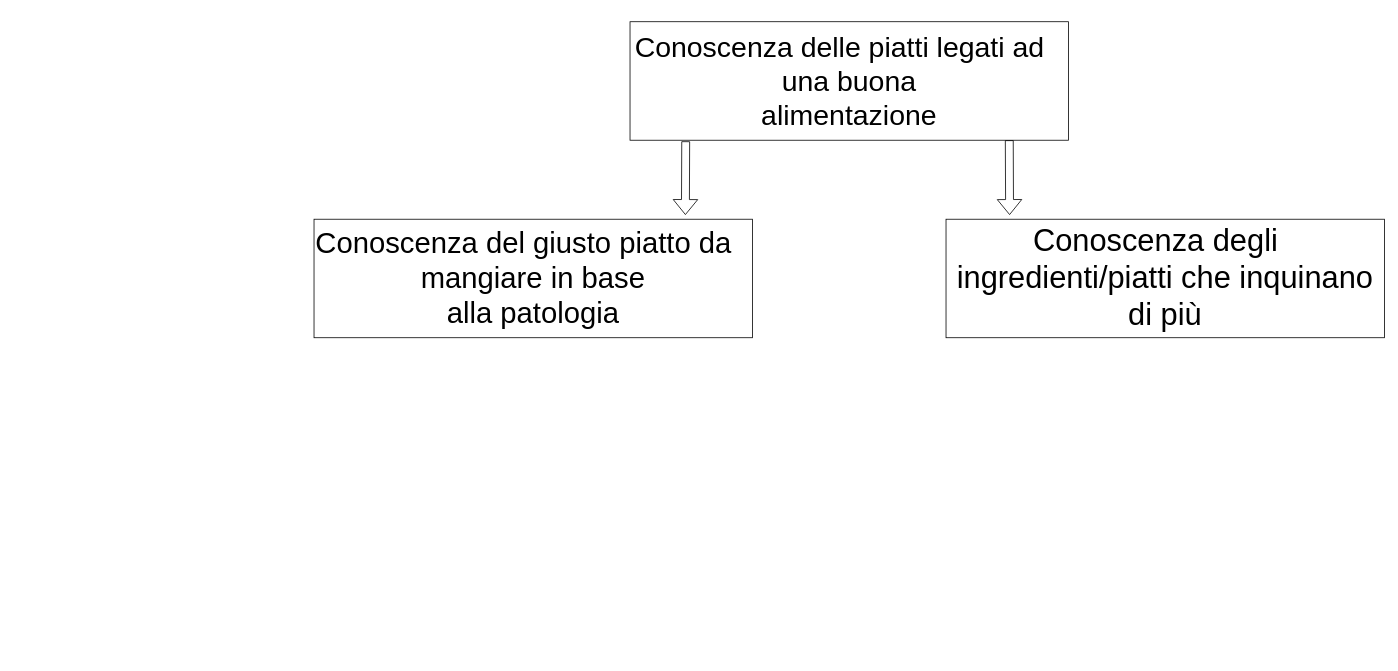
Before: doc/Progetti Drawio/A diagramma competenze acquisite.drawio in zSavT/Healthy-Catering, a draw.io diagram. Source tidied: cells renumbered, new cells numbered last; positions are measured from the earlier drawing's top-left corner, leaving out a move shared by most shapes. Both pictures are drawn from the tidied source at 79%, with x=0, y=0 at pixel (314, 21).
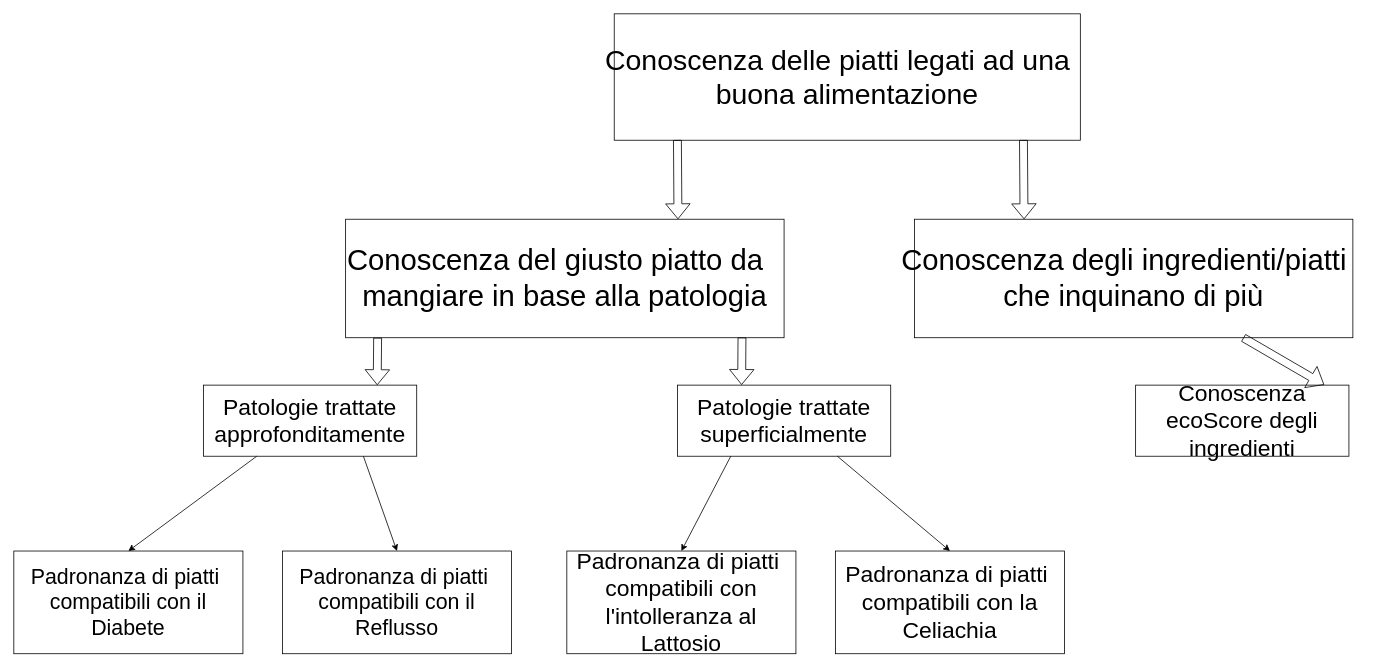
The same diagram, later.

The edit, as a diff of the source:
```diff
@@
-    <mxCell id="2" value="&lt;p class=&quot;MsoListParagraph&quot; style=&quot;text-indent: -18.0pt&quot;&gt;&lt;font style=&quot;font-size: 36px&quot;&gt;Conoscenza delle piatti legati ad una buona&lt;br/&gt;alimentazione&lt;/font&gt;&lt;/p&gt;" style="rounded=0;whiteSpace=wrap;html=1;" parent="1" vertex="1">
-      <mxGeometry x="400" width="555" height="150" as="geometry" />
+    <mxCell id="2" value="&lt;p class=&quot;MsoListParagraph&quot; style=&quot;text-indent: -18pt; font-size: 36px;&quot;&gt;&lt;font style=&quot;font-size: 36px;&quot;&gt;Conoscenza delle piatti legati ad una buona alimentazione&lt;/font&gt;&lt;/p&gt;" style="rounded=0;whiteSpace=wrap;html=1;" parent="1" vertex="1">
+      <mxGeometry x="380" y="-10" width="590" height="160" as="geometry" />
     </mxCell>
-    <mxCell id="3" value="&lt;p class=&quot;MsoListParagraph&quot; style=&quot;text-indent: -18.0pt&quot;&gt;&lt;font style=&quot;font-size: 37px&quot;&gt;Conoscenza del giusto piatto da mangiare in base&lt;br/&gt;alla patologia&lt;/font&gt;&lt;/p&gt;" style="rounded=0;whiteSpace=wrap;html=1;" parent="1" vertex="1">
-      <mxGeometry y="250" width="555" height="150" as="geometry" />
+    <mxCell id="3" value="&lt;p class=&quot;MsoListParagraph&quot; style=&quot;text-indent: -18.0pt&quot;&gt;&lt;font style=&quot;font-size: 37px&quot;&gt;Conoscenza del giusto piatto da mangiare in base alla patologia&lt;/font&gt;&lt;/p&gt;" style="rounded=0;whiteSpace=wrap;html=1;" parent="1" vertex="1">
+      <mxGeometry x="40" y="250" width="555" height="150" as="geometry" />
     </mxCell>
-    <mxCell id="4" value="&lt;p class=&quot;MsoListParagraph&quot; style=&quot;text-indent: -18.0pt&quot;&gt;&lt;font style=&quot;font-size: 39px&quot;&gt;Conoscenza degli ingredienti/piatti che inquinano&lt;br/&gt;di più&lt;/font&gt;&lt;/p&gt;" style="rounded=0;whiteSpace=wrap;html=1;" parent="1" vertex="1">
-      <mxGeometry x="800" y="250" width="555" height="150" as="geometry" />
+    <mxCell id="4" value="&lt;p class=&quot;MsoListParagraph&quot; style=&quot;text-indent: -18pt; font-size: 37px;&quot;&gt;&lt;font style=&quot;font-size: 37px;&quot;&gt;Conoscenza degli ingredienti/piatti che inquinano di più&lt;/font&gt;&lt;/p&gt;" style="rounded=0;whiteSpace=wrap;html=1;" parent="1" vertex="1">
+      <mxGeometry x="760" y="250" width="555" height="150" as="geometry" />
     </mxCell>
-    <mxCell id="5" style="shape=flexArrow;endArrow=classic;html=1;rounded=0;fontSize=39;exitX=0.127;exitY=1.009;exitDx=0;exitDy=0;exitPerimeter=0;entryX=0.847;entryY=-0.036;entryDx=0;entryDy=0;entryPerimeter=0;" parent="1" edge="1" source="2" target="3">
-      <mxGeometry relative="1" as="geometry" />
-    </mxCell>
-    <mxCell id="6" style="shape=flexArrow;endArrow=classic;html=1;rounded=0;fontSize=39;exitX=0.865;exitY=1;exitDx=0;exitDy=0;exitPerimeter=0;entryX=0.145;entryY=-0.036;entryDx=0;entryDy=0;entryPerimeter=0;" parent="1" edge="1" source="2" target="4">
+    <mxCell id="6" style="shape=flexArrow;endArrow=classic;html=1;rounded=0;fontSize=39;entryX=0.25;entryY=0;entryDx=0;entryDy=0;exitX=0.878;exitY=0.998;exitDx=0;exitDy=0;exitPerimeter=0;" parent="1" edge="1" source="2" target="4">
       <mxGeometry relative="1" as="geometry" />
     </mxCell>
+    <mxCell id="7" value="&lt;font style=&quot;font-size: 27px;&quot;&gt;Padronanza di piatti&amp;nbsp; compatibili con il Diabete&lt;/font&gt;" style="rounded=0;whiteSpace=wrap;html=1;" parent="1" vertex="1">
+      <mxGeometry x="-380" y="670" width="290" height="130" as="geometry" />
+    </mxCell>
+    <mxCell id="8" value="&lt;font style=&quot;font-size: 27px;&quot;&gt;Padronanza di piatti&amp;nbsp; compatibili con il Reflusso&lt;/font&gt;" style="rounded=0;whiteSpace=wrap;html=1;" parent="1" vertex="1">
+      <mxGeometry x="-40" y="670" width="290" height="130" as="geometry" />
+    </mxCell>
+    <mxCell id="9" value="&lt;font style=&quot;font-size: 29px;&quot;&gt;Padronanza di piatti&amp;nbsp; compatibili con la Celiachia&lt;/font&gt;" style="rounded=0;whiteSpace=wrap;html=1;" parent="1" vertex="1">
+      <mxGeometry x="660" y="670" width="290" height="130" as="geometry" />
+    </mxCell>
+    <mxCell id="10" value="&lt;font style=&quot;font-size: 29px;&quot;&gt;Padronanza di piatti&amp;nbsp; compatibili con l'intolleranza al Lattosio&lt;/font&gt;" style="rounded=0;whiteSpace=wrap;html=1;" parent="1" vertex="1">
+      <mxGeometry x="320" y="670" width="290" height="130" as="geometry" />
+    </mxCell>
+    <mxCell id="11" value="Patologie trattate approfonditamente" style="rounded=0;whiteSpace=wrap;html=1;fontSize=29;" parent="1" vertex="1">
+      <mxGeometry x="-140" y="460" width="270" height="90" as="geometry" />
+    </mxCell>
+    <mxCell id="12" value="Patologie trattate superficialmente" style="rounded=0;whiteSpace=wrap;html=1;fontSize=29;" parent="1" vertex="1">
+      <mxGeometry x="460" y="460" width="270" height="90" as="geometry" />
+    </mxCell>
+    <mxCell id="13" style="shape=flexArrow;endArrow=classic;html=1;rounded=0;fontSize=39;entryX=0.25;entryY=0;entryDx=0;entryDy=0;exitX=0.878;exitY=0.998;exitDx=0;exitDy=0;exitPerimeter=0;" parent="1" edge="1">
+      <mxGeometry relative="1" as="geometry">
+        <mxPoint x="460" y="149.7" as="sourcePoint" />
+        <mxPoint x="460.7" y="250" as="targetPoint" />
+      </mxGeometry>
+    </mxCell>
+    <mxCell id="14" style="endArrow=classic;html=1;rounded=0;fontSize=37;exitX=0.75;exitY=1;exitDx=0;exitDy=0;entryX=0.5;entryY=0;entryDx=0;entryDy=0;" parent="1" edge="1" source="12" target="9">
+      <mxGeometry relative="1" as="geometry" />
+    </mxCell>
+    <mxCell id="15" style="endArrow=classic;html=1;rounded=0;fontSize=37;exitX=0.25;exitY=1;exitDx=0;exitDy=0;entryX=0.5;entryY=0;entryDx=0;entryDy=0;" parent="1" edge="1" source="12" target="10">
+      <mxGeometry relative="1" as="geometry" />
+    </mxCell>
+    <mxCell id="16" style="endArrow=classic;html=1;rounded=0;fontSize=37;exitX=0.25;exitY=1;exitDx=0;exitDy=0;entryX=0.5;entryY=0;entryDx=0;entryDy=0;" parent="1" edge="1" source="11" target="7">
+      <mxGeometry relative="1" as="geometry" />
+    </mxCell>
+    <mxCell id="17" style="endArrow=classic;html=1;rounded=0;fontSize=37;exitX=0.75;exitY=1;exitDx=0;exitDy=0;entryX=0.5;entryY=0;entryDx=0;entryDy=0;" parent="1" edge="1" source="11" target="8">
+      <mxGeometry relative="1" as="geometry" />
+    </mxCell>
+    <mxCell id="18" style="shape=flexArrow;endArrow=classic;html=1;rounded=0;fontSize=37;exitX=0.904;exitY=0.998;exitDx=0;exitDy=0;exitPerimeter=0;entryX=0.301;entryY=-0.003;entryDx=0;entryDy=0;entryPerimeter=0;" parent="1" edge="1" source="3" target="12">
+      <mxGeometry relative="1" as="geometry" />
+    </mxCell>
+    <mxCell id="19" style="shape=flexArrow;endArrow=classic;html=1;rounded=0;fontSize=37;exitX=0.904;exitY=0.998;exitDx=0;exitDy=0;exitPerimeter=0;entryX=0.301;entryY=-0.003;entryDx=0;entryDy=0;entryPerimeter=0;" parent="1" edge="1">
+      <mxGeometry relative="1" as="geometry">
+        <mxPoint x="80.5" y="400" as="sourcePoint" />
+        <mxPoint x="80" y="460" as="targetPoint" />
+      </mxGeometry>
+    </mxCell>
+    <mxCell id="20" value="Conoscenza ecoScore degli ingredienti" style="rounded=0;whiteSpace=wrap;html=1;fontSize=29;" parent="1" vertex="1">
+      <mxGeometry x="1040" y="460" width="270" height="90" as="geometry" />
+    </mxCell>
+    <mxCell id="21" style="shape=flexArrow;endArrow=classic;html=1;rounded=0;fontSize=37;exitX=0.75;exitY=1;exitDx=0;exitDy=0;entryX=0.884;entryY=-0.005;entryDx=0;entryDy=0;entryPerimeter=0;" parent="1" edge="1" source="4" target="20">
+      <mxGeometry relative="1" as="geometry" />
+    </mxCell>
```
